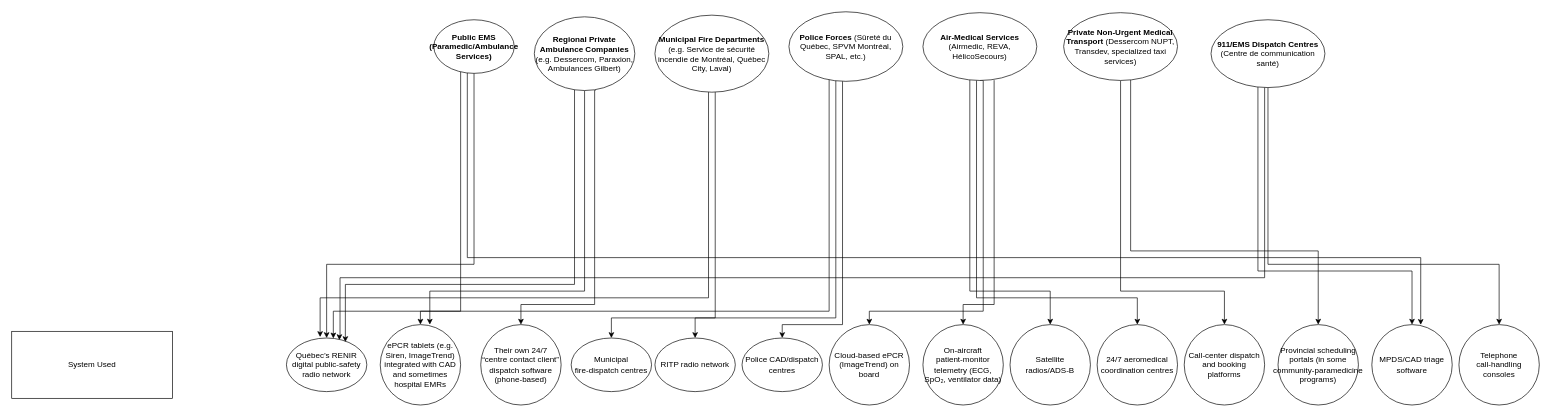
The draw.io diagram Untitled Diagram.drawio in arian47/arianyavari.com, before the edit. Source tidied: cells renumbered, new cells numbered last; positions are measured from the earlier drawing's top-left corner, leaving out a move shared by most shapes. Both pictures are drawn from the tidied source at 67%, with x=0, y=0 at pixel (11, 11).
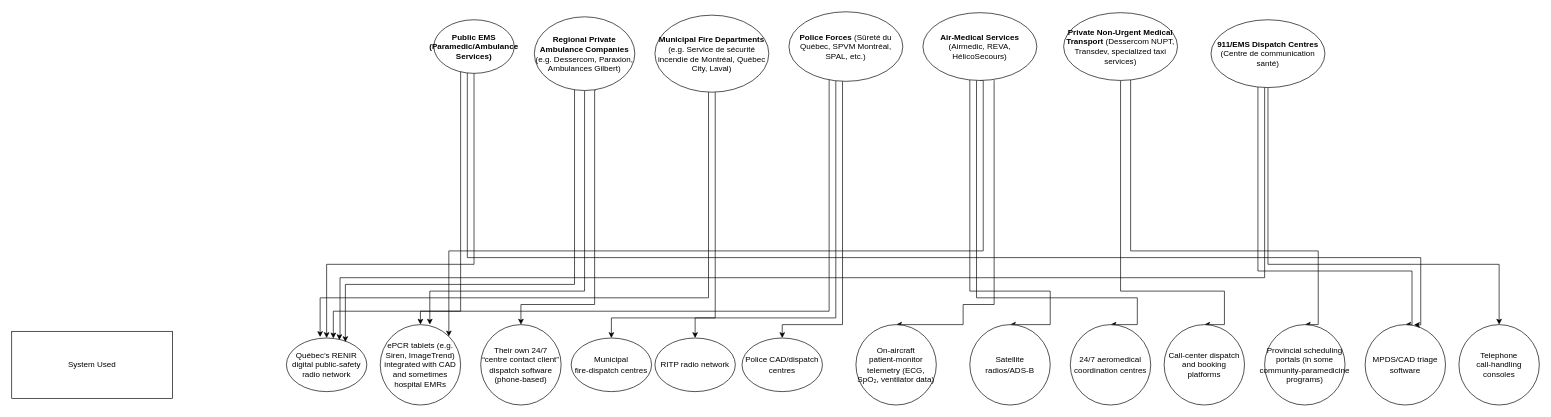
The same page after the edit.

The change refers to these unchanged cells:
```xml
<mxCell id="17" value="&lt;strong&gt;Air‑Medical Services&lt;/strong&gt; (Airmedic, REVA, HélicoSecours)" style="ellipse;whiteSpace=wrap;html=1;" parent="1" vertex="1">
  <mxGeometry x="1360" y="1.4" width="170" height="101.2" as="geometry" />
</mxCell>
<mxCell id="26" value="ePCR tablets (e.g. Siren, ImageTrend) integrated with CAD and sometimes hospital EMRs" style="ellipse;whiteSpace=wrap;html=1;" parent="1" vertex="1">
  <mxGeometry x="550" y="467" width="120" height="120" as="geometry" />
</mxCell>
```

Diff of the diagram source:
```diff
@@
-    <mxCell id="13" style="edgeStyle=orthogonalEdgeStyle;rounded=0;jettySize=auto;html=1;exitX=0.5;exitY=1;exitDx=0;exitDy=0;entryX=0.5;entryY=0;entryDx=0;entryDy=0;" parent="1" edge="1" source="17" target="34">
+    <mxCell id="13" style="edgeStyle=orthogonalEdgeStyle;rounded=0;jettySize=auto;html=1;exitX=0.5;exitY=1;exitDx=0;exitDy=0;entryX=1;entryY=0;entryDx=0;entryDy=0;" parent="1" edge="1" source="17" target="26">
       <mxGeometry relative="1" as="geometry">
         <Array as="points">
           <mxPoint x="1450" y="103" />
-          <mxPoint x="1450" y="447" />
-          <mxPoint x="1280" y="447" />
+          <mxPoint x="1450" y="357" />
+          <mxPoint x="652" y="357" />
         </Array>
       </mxGeometry>
     </mxCell>
@@
-    <mxCell id="34" value="Cloud‑based ePCR (ImageTrend) on board" style="ellipse;whiteSpace=wrap;html=1;" parent="1" vertex="1">
-      <mxGeometry x="1220" y="467" width="120" height="120" as="geometry" />
-    </mxCell>
     <mxCell id="35" value="On‑aircraft patient‑monitor telemetry (ECG, SpO₂, ventilator data)" style="ellipse;whiteSpace=wrap;html=1;" parent="1" vertex="1">
-      <mxGeometry x="1360" y="467" width="120" height="120" as="geometry" />
+      <mxGeometry x="1260" y="467" width="120" height="120" as="geometry" />
     </mxCell>
     <mxCell id="36" value="Satellite radios/ADS‑B" style="ellipse;whiteSpace=wrap;html=1;" parent="1" vertex="1">
-      <mxGeometry x="1490" y="467" width="120" height="120" as="geometry" />
+      <mxGeometry x="1430" y="467" width="120" height="120" as="geometry" />
     </mxCell>
     <mxCell id="37" value="24/7 aeromedical coordination centres" style="ellipse;whiteSpace=wrap;html=1;" parent="1" vertex="1">
-      <mxGeometry x="1620" y="467" width="120" height="120" as="geometry" />
+      <mxGeometry x="1580" y="467" width="120" height="120" as="geometry" />
     </mxCell>
     <mxCell id="38" value="Call‑center dispatch and booking platforms" style="ellipse;whiteSpace=wrap;html=1;" parent="1" vertex="1">
-      <mxGeometry x="1750" y="467" width="120" height="120" as="geometry" />
+      <mxGeometry x="1720" y="467" width="120" height="120" as="geometry" />
     </mxCell>
     <mxCell id="39" value="Provincial scheduling portals (in some community‑paramedicine programs)" style="ellipse;whiteSpace=wrap;html=1;" parent="1" vertex="1">
-      <mxGeometry x="1890" y="467" width="120" height="120" as="geometry" />
+      <mxGeometry x="1870" y="467" width="120" height="120" as="geometry" />
     </mxCell>
     <mxCell id="40" value="MPDS/CAD triage software" style="ellipse;whiteSpace=wrap;html=1;" parent="1" vertex="1">
-      <mxGeometry x="2030" y="467" width="120" height="120" as="geometry" />
+      <mxGeometry x="2020" y="467" width="120" height="120" as="geometry" />
     </mxCell>
```
